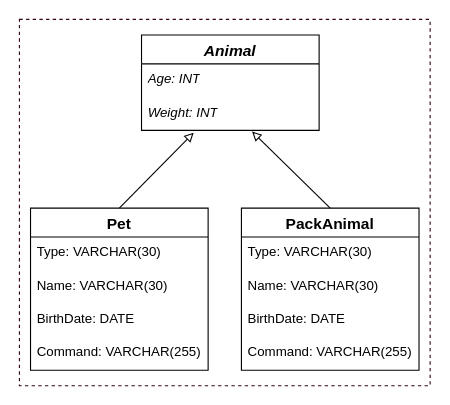
Above: OOP/ClassDiagram/class-diagram.drawio in PDV-geekbrains/The-final-task-of-the-first-year-of-study (draw.io), before the change. Source tidied: cells renumbered, new cells numbered last; positions are measured from the earlier drawing's top-left corner, leaving out a move shared by most shapes. Both pictures are drawn from the tidied source at 111%, with x=0, y=0 at pixel (19, 19).
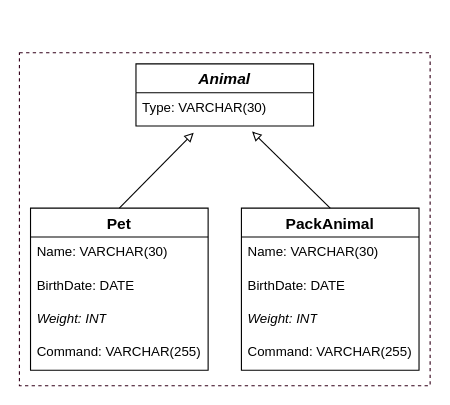
Above is the later version.

Commit message (it also covers changes not shown here):
class-diagram changed again :)

The edit, as a diff of the source:
```diff
@@
 <mxGraphModel background="#FFFFFF">
   <root>
     <mxCell id="0" />
     <mxCell id="1" parent="0" />
     <mxCell id="2" style="rounded=0;whiteSpace=wrap;html=1;dashed=1;strokeColor=#33001A;fillColor=none;" parent="1" vertex="1">
-      <mxGeometry width="370" height="330" as="geometry" />
+      <mxGeometry y="30" width="370" height="300" as="geometry" />
     </mxCell>
     <mxCell id="3" value="Animal" style="swimlane;fontStyle=3;horizontal=1;startSize=26;align=center;fontSize=14;" parent="1" vertex="1">
-      <mxGeometry x="110" y="14" width="160" height="86" as="geometry" />
+      <mxGeometry x="105" y="40" width="160" height="56" as="geometry" />
     </mxCell>
-    <mxCell id="4" value="&lt;i&gt;Age: INT&lt;/i&gt;" style="text;strokeColor=none;fillColor=none;spacingLeft=4;spacingRight=4;overflow=hidden;fontSize=12;whiteSpace=wrap;html=1;" parent="3" vertex="1">
-      <mxGeometry y="26" width="160" height="30" as="geometry" />
-    </mxCell>
-    <mxCell id="5" value="&lt;i&gt;Weight: INT&lt;/i&gt;" style="text;strokeColor=none;fillColor=none;spacingLeft=4;spacingRight=4;overflow=hidden;fontSize=12;whiteSpace=wrap;html=1;" parent="3" vertex="1">
-      <mxGeometry y="56" width="160" height="30" as="geometry" />
-    </mxCell>
+    <mxCell id="7" value="Type: VARCHAR(30)" style="text;strokeColor=none;fillColor=none;spacingLeft=4;spacingRight=4;overflow=hidden;fontSize=12;whiteSpace=wrap;html=1;" parent="3" vertex="1">
+      <mxGeometry y="26" width="160" height="30" as="geometry" />
+    </mxCell>
     <mxCell id="6" value="Pet" style="swimlane;fontStyle=1;horizontal=1;startSize=26;align=center;fontSize=14;" parent="1" vertex="1">
       <mxGeometry x="10" y="170" width="160" height="146" as="geometry" />
     </mxCell>
-    <mxCell id="7" value="Type: VARCHAR(30)" style="text;strokeColor=none;fillColor=none;spacingLeft=4;spacingRight=4;overflow=hidden;fontSize=12;whiteSpace=wrap;html=1;" parent="6" vertex="1">
-      <mxGeometry y="26" width="160" height="30" as="geometry" />
-    </mxCell>
     <mxCell id="8" value="Name: VARCHAR(30)" style="text;strokeColor=none;fillColor=none;spacingLeft=4;spacingRight=4;overflow=hidden;fontSize=12;whiteSpace=wrap;html=1;" parent="6" vertex="1">
-      <mxGeometry y="56" width="160" height="30" as="geometry" />
+      <mxGeometry y="26" width="160" height="30" as="geometry" />
     </mxCell>
     <mxCell id="9" value="BirthDate: DATE" style="text;strokeColor=none;fillColor=none;spacingLeft=4;spacingRight=4;overflow=hidden;fontSize=12;whiteSpace=wrap;html=1;" parent="6" vertex="1">
-      <mxGeometry y="86" width="160" height="30" as="geometry" />
+      <mxGeometry y="56" width="160" height="30" as="geometry" />
     </mxCell>
+    <mxCell id="5" value="&lt;i&gt;Weight: INT&lt;/i&gt;" style="text;strokeColor=none;fillColor=none;spacingLeft=4;spacingRight=4;overflow=hidden;fontSize=12;whiteSpace=wrap;html=1;" parent="6" vertex="1">
+      <mxGeometry y="86" width="160" height="30" as="geometry" />
+    </mxCell>
     <mxCell id="10" value="Command: VARCHAR(255)" style="text;strokeColor=none;fillColor=none;spacingLeft=4;spacingRight=4;overflow=hidden;fontSize=12;whiteSpace=wrap;html=1;" parent="6" vertex="1">
       <mxGeometry y="116" width="160" height="30" as="geometry" />
     </mxCell>
     <mxCell id="11" value="PackAnimal" style="swimlane;fontStyle=1;horizontal=1;startSize=26;align=center;fontSize=14;" parent="1" vertex="1">
       <mxGeometry x="200" y="170" width="160" height="146" as="geometry" />
     </mxCell>
-    <mxCell id="12" value="Type: VARCHAR(30)" style="text;strokeColor=none;fillColor=none;spacingLeft=4;spacingRight=4;overflow=hidden;fontSize=12;whiteSpace=wrap;html=1;" parent="11" vertex="1">
-      <mxGeometry y="26" width="160" height="30" as="geometry" />
-    </mxCell>
     <mxCell id="13" value="Name: VARCHAR(30)" style="text;strokeColor=none;fillColor=none;spacingLeft=4;spacingRight=4;overflow=hidden;fontSize=12;whiteSpace=wrap;html=1;" parent="11" vertex="1">
-      <mxGeometry y="56" width="160" height="30" as="geometry" />
+      <mxGeometry y="26" width="160" height="30" as="geometry" />
     </mxCell>
     <mxCell id="14" value="BirthDate: DATE" style="text;strokeColor=none;fillColor=none;spacingLeft=4;spacingRight=4;overflow=hidden;fontSize=12;whiteSpace=wrap;html=1;" parent="11" vertex="1">
-      <mxGeometry y="86" width="160" height="30" as="geometry" />
+      <mxGeometry y="56" width="160" height="30" as="geometry" />
     </mxCell>
+    <mxCell id="18" value="&lt;i&gt;Weight: INT&lt;/i&gt;" style="text;strokeColor=none;fillColor=none;spacingLeft=4;spacingRight=4;overflow=hidden;fontSize=12;whiteSpace=wrap;html=1;" parent="11" vertex="1">
+      <mxGeometry y="86" width="160" height="30" as="geometry" />
+    </mxCell>
     <mxCell id="15" value="Command: VARCHAR(255)" style="text;strokeColor=none;fillColor=none;spacingLeft=4;spacingRight=4;overflow=hidden;fontSize=12;whiteSpace=wrap;html=1;" parent="11" vertex="1">
       <mxGeometry y="116" width="160" height="30" as="geometry" />
     </mxCell>
     <mxCell id="16" style="endArrow=block;html=1;rounded=0;exitX=0.5;exitY=0;exitDx=0;exitDy=0;entryX=0.361;entryY=1.053;entryDx=0;entryDy=0;entryPerimeter=0;endFill=0;" parent="1" edge="1" source="6">
       <mxGeometry relative="1" as="geometry">
         <mxPoint x="157" y="102" as="targetPoint" />
       </mxGeometry>
     </mxCell>
     <mxCell id="17" style="endArrow=block;html=1;rounded=0;exitX=0.5;exitY=0;exitDx=0;exitDy=0;entryX=0.652;entryY=1.032;entryDx=0;entryDy=0;entryPerimeter=0;endFill=0;" parent="1" edge="1" source="11">
       <mxGeometry relative="1" as="geometry">
         <mxPoint x="209.6" y="101" as="targetPoint" />
       </mxGeometry>
     </mxCell>
   </root>
 </mxGraphModel>
```
